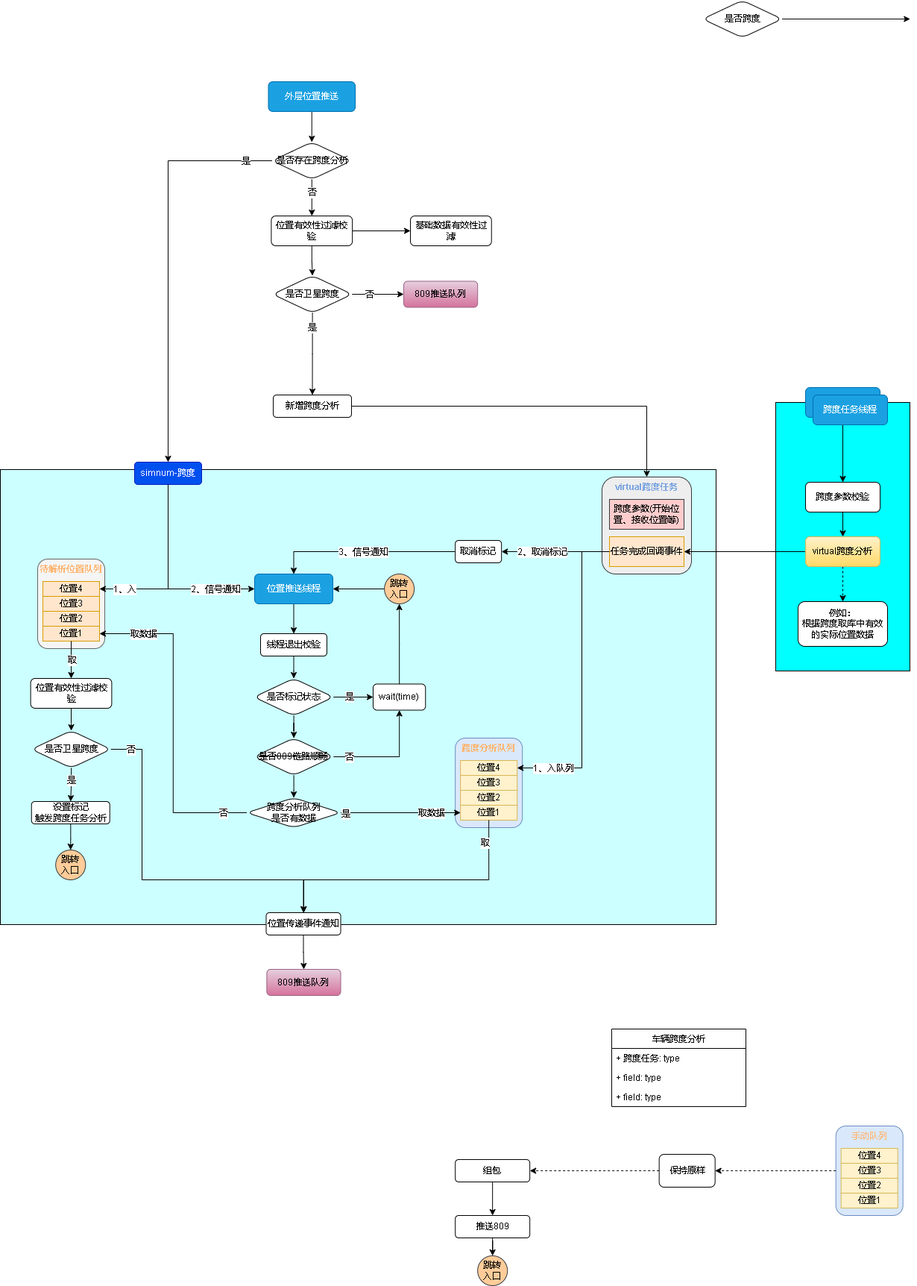
Before: 809数据跨度.drawio.png, a diagram exported from draw.io (xktder/draw). Source tidied: cells renumbered, new cells last; positions are measured from the earlier drawing's top-left corner, leaving out a move shared by most shapes.
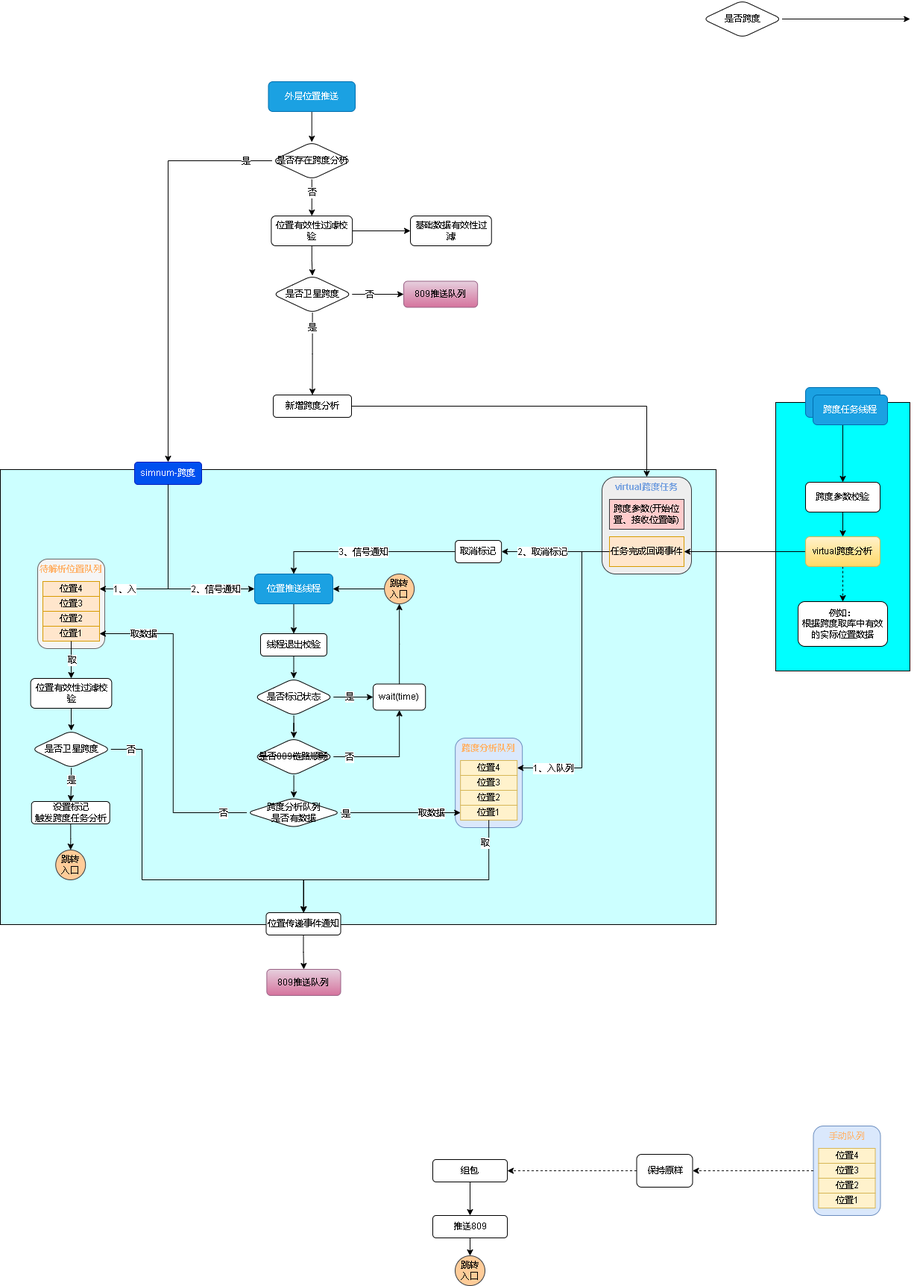
After the commit.

Commit message:
更新809数据跨度.drawio.png

What changed in the source:
```diff
@@ -172,7 +172,7 @@
       <mxGeometry relative="1" as="geometry" />
     </mxCell>
     <mxCell id="49" value="推送809" style="rounded=1;whiteSpace=wrap;html=1;fontColor=#000000;" parent="1" vertex="1">
-      <mxGeometry x="610.2" y="1629" width="100" height="30" as="geometry" />
+      <mxGeometry x="580" y="1629" width="100" height="30" as="geometry" />
     </mxCell>
     <mxCell id="50" style="edgeStyle=orthogonalEdgeStyle;rounded=0;jettySize=auto;html=1;fontColor=#000000;entryX=0.5;entryY=0;entryDx=0;entryDy=0;" parent="1" edge="1" source="54" target="60">
       <mxGeometry relative="1" as="geometry" />
@@ -207,7 +207,7 @@
       <mxGeometry relative="1" as="geometry" />
     </mxCell>
     <mxCell id="58" value="组包" style="rounded=1;whiteSpace=wrap;html=1;fontColor=#000000;" parent="1" vertex="1">
-      <mxGeometry x="610.2" y="1554" width="100" height="30" as="geometry" />
+      <mxGeometry x="580" y="1554" width="100" height="30" as="geometry" />
     </mxCell>
     <mxCell id="59" style="edgeStyle=orthogonalEdgeStyle;rounded=0;jettySize=auto;html=1;fontColor=#000000;" parent="1" edge="1" source="60" target="63">
       <mxGeometry relative="1" as="geometry" />
@@ -225,10 +225,10 @@
       <mxGeometry x="74.2" y="1139" width="40" height="40" as="geometry" />
     </mxCell>
     <mxCell id="64" value="跳转&lt;br&gt;入口" style="ellipse;whiteSpace=wrap;html=1;fillColor=#ffcc99;strokeColor=#36393d;" parent="1" vertex="1">
-      <mxGeometry x="640.2" y="1683" width="40" height="40" as="geometry" />
+      <mxGeometry x="610" y="1683" width="40" height="40" as="geometry" />
     </mxCell>
     <mxCell id="65" style="group;" parent="1" vertex="1">
-      <mxGeometry x="1120.7" y="1509" width="90" height="120" as="geometry" />
+      <mxGeometry x="1090.5" y="1509" width="90" height="120" as="geometry" />
     </mxCell>
     <mxCell id="66" value="&lt;font color=&quot;#ffb570&quot;&gt;手动队列&lt;/font&gt;" style="rounded=1;whiteSpace=wrap;html=1;verticalAlign=top;fillColor=#dae8fc;strokeColor=#6c8ebf;" parent="65" vertex="1">
       <mxGeometry width="90" height="120" as="geometry" />
@@ -317,7 +317,7 @@
       <mxGeometry relative="1" as="geometry" />
     </mxCell>
     <mxCell id="91" value="保持原样" style="whiteSpace=wrap;html=1;verticalAlign=middle;rounded=1;align=center;" parent="1" vertex="1">
-      <mxGeometry x="883.7" y="1547" width="75" height="44" as="geometry" />
+      <mxGeometry x="853.5" y="1547" width="75" height="44" as="geometry" />
     </mxCell>
     <mxCell id="92" style="edgeStyle=orthogonalEdgeStyle;rounded=0;jettySize=auto;html=1;dashed=1;fontColor=#7EA6E0;" parent="1" edge="1" source="66" target="91">
       <mxGeometry relative="1" as="geometry" />
@@ -390,18 +390,6 @@
     <mxCell id="112" value="809推送队列" style="whiteSpace=wrap;html=1;rounded=1;fillColor=#e6d0de;gradientColor=#d5739d;strokeColor=#996185;" parent="1" vertex="1">
       <mxGeometry x="541" y="376.5" width="99.1" height="35" as="geometry" />
     </mxCell>
-    <mxCell id="113" value="车辆跨度分析" style="swimlane;fontStyle=0;horizontal=1;startSize=26;fillColor=none;fontColor=#000000;" parent="1" vertex="1">
-      <mxGeometry x="820" y="1379" width="180" height="104" as="geometry" />
-    </mxCell>
-    <mxCell id="114" value="+ 跨度任务: type" style="text;strokeColor=none;fillColor=none;align=left;verticalAlign=top;spacingLeft=4;spacingRight=4;overflow=hidden;fontColor=#000000;" parent="113" vertex="1">
-      <mxGeometry y="26" width="180" height="26" as="geometry" />
-    </mxCell>
-    <mxCell id="115" value="+ field: type" style="text;strokeColor=none;fillColor=none;align=left;verticalAlign=top;spacingLeft=4;spacingRight=4;overflow=hidden;fontColor=#000000;" parent="113" vertex="1">
-      <mxGeometry y="52" width="180" height="26" as="geometry" />
-    </mxCell>
-    <mxCell id="116" value="+ field: type" style="text;strokeColor=none;fillColor=none;align=left;verticalAlign=top;spacingLeft=4;spacingRight=4;overflow=hidden;fontColor=#000000;" parent="113" vertex="1">
-      <mxGeometry y="78" width="180" height="26" as="geometry" />
-    </mxCell>
     <mxCell id="117" value="809推送队列" style="whiteSpace=wrap;html=1;rounded=1;fillColor=#e6d0de;gradientColor=#d5739d;strokeColor=#996185;" parent="1" vertex="1">
       <mxGeometry x="357.4" y="1299" width="99.1" height="35" as="geometry" />
     </mxCell>
```
